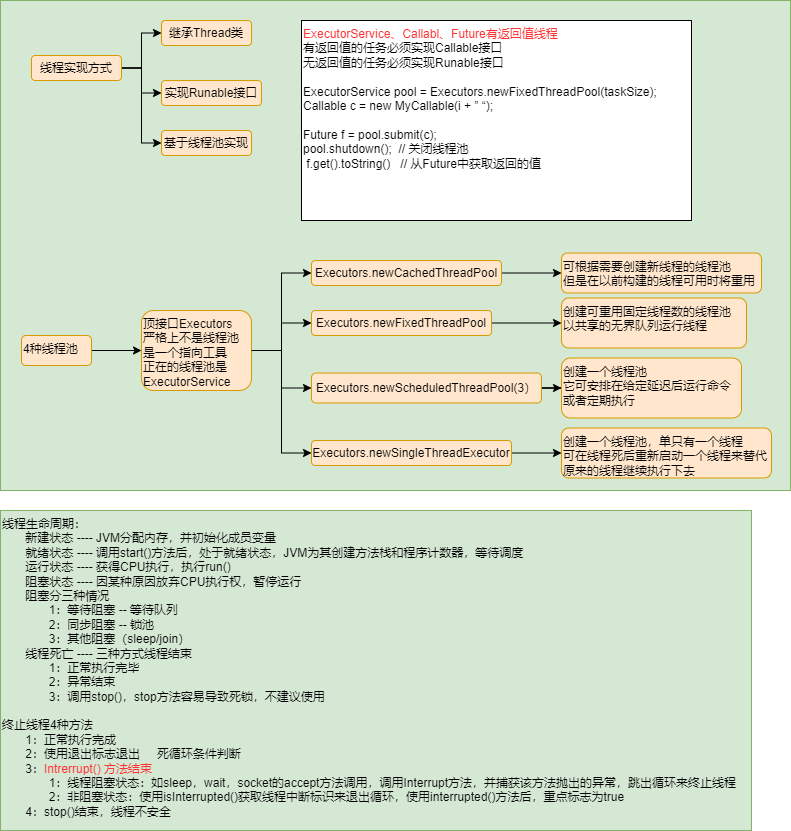
lore-study/java-picture-bed keeps this draw.io diagram as java/JUC并发编程.png. Above is the earlier version. Source tidied: cells renumbered, new cells last; positions are measured from the earlier drawing's top-left corner, leaving out a move shared by most shapes.
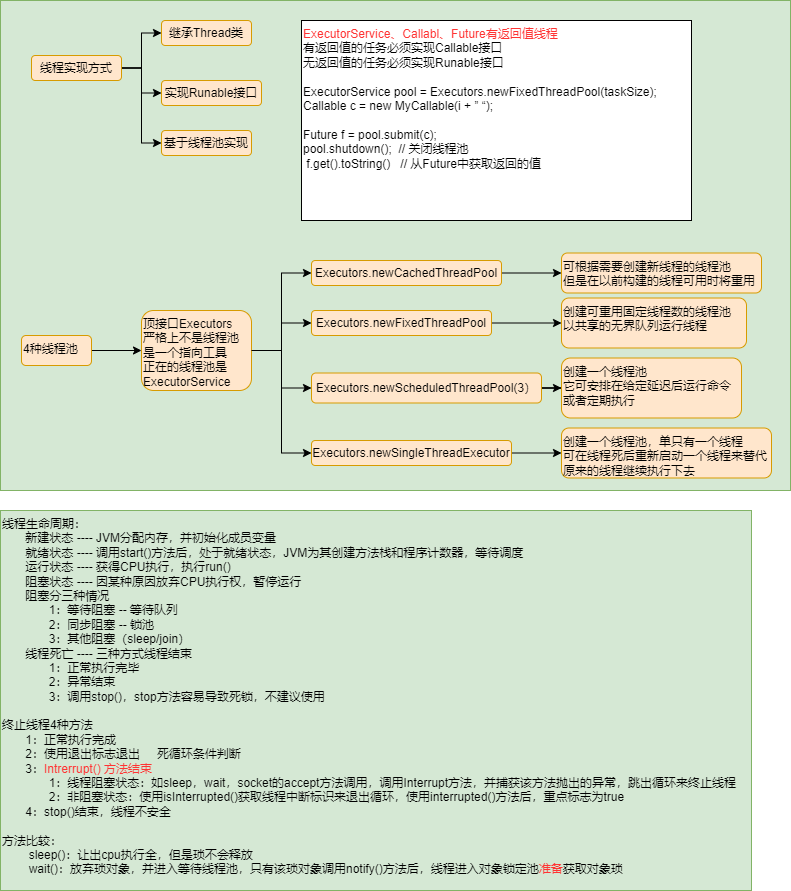
Above is the later version.

Commit message:
更新JUC并发编程.png

Diff of the diagram source:
```diff
@@ -86,8 +86,8 @@
     <mxCell id="29" value="4种线程池" style="rounded=1;whiteSpace=wrap;html=1;fillColor=#ffe6cc;strokeColor=#d79b00;align=left;verticalAlign=top;" parent="1" vertex="1">
       <mxGeometry x="21" y="335" width="70" height="30" as="geometry" />
     </mxCell>
-    <mxCell id="30" value="线程生命周期：&lt;br&gt;&lt;span&gt;&lt;/span&gt;&lt;span&gt;&lt;/span&gt;&amp;nbsp; &amp;nbsp; &amp;nbsp; &amp;nbsp;新建状态 ---- JVM分配内存，并初始化成员变量&lt;br&gt;&amp;nbsp; &amp;nbsp; &amp;nbsp; &amp;nbsp;就绪状态 ---- 调用start()方法后，处于就绪状态，JVM为其创建方法栈和程序计数器，等待调度&lt;br&gt;&amp;nbsp; &amp;nbsp; &amp;nbsp; &amp;nbsp;运行状态 ---- 获得CPU执行，执行run()&lt;br&gt;&lt;span&gt;&lt;/span&gt;&lt;span&gt;&lt;/span&gt;&amp;nbsp; &amp;nbsp; &amp;nbsp; &amp;nbsp;阻塞状态 ---- 因某种原因放弃CPU执行权，暂停运行&lt;br&gt;&lt;span&gt;&lt;/span&gt;&lt;span&gt;&lt;/span&gt;&lt;span&gt;&lt;/span&gt;&amp;nbsp; &amp;nbsp; &amp;nbsp; &amp;nbsp;阻塞分三种情况&lt;br&gt;&lt;span&gt;&lt;/span&gt;&lt;span&gt;&lt;/span&gt;&lt;span&gt;&lt;/span&gt;&lt;span&gt;&lt;span&gt;&lt;/span&gt;&lt;/span&gt;&amp;nbsp; &amp;nbsp; &amp;nbsp; &amp;nbsp;&amp;nbsp; &amp;nbsp; &amp;nbsp; &amp;nbsp;1：等待阻塞 -- 等待队列&lt;br&gt;&lt;span&gt;&lt;/span&gt;&lt;span&gt;&lt;/span&gt;&lt;span&gt;&lt;/span&gt;&lt;span&gt;&lt;span&gt;&lt;/span&gt;&lt;/span&gt;&amp;nbsp; &amp;nbsp; &amp;nbsp; &amp;nbsp;&amp;nbsp; &amp;nbsp; &amp;nbsp; &amp;nbsp;2：同步阻塞 -- 锁池&lt;br&gt;&lt;span&gt;&lt;/span&gt;&lt;span&gt;&lt;/span&gt;&lt;span&gt;&lt;/span&gt;&lt;span&gt;&lt;span&gt;&lt;/span&gt;&lt;/span&gt;&amp;nbsp; &amp;nbsp; &amp;nbsp; &amp;nbsp;&amp;nbsp; &amp;nbsp; &amp;nbsp; &amp;nbsp;3：其他阻塞（sleep/join）&lt;br&gt;&lt;span&gt;&lt;/span&gt;&lt;span&gt;&lt;/span&gt;&amp;nbsp; &amp;nbsp; &amp;nbsp; &amp;nbsp;线程死亡 ---- 三种方式线程结束&lt;br&gt;&lt;span&gt;&lt;/span&gt;&lt;span&gt;&lt;/span&gt;&lt;span&gt;&lt;span&gt;&lt;/span&gt;&lt;/span&gt;&amp;nbsp; &amp;nbsp; &amp;nbsp; &amp;nbsp; &amp;nbsp; &amp;nbsp; &amp;nbsp; 1：正常执行完毕&lt;br&gt;&lt;span&gt;&lt;/span&gt;&lt;span&gt;&lt;/span&gt;&lt;span&gt;&lt;span&gt;&lt;/span&gt;&lt;/span&gt;&amp;nbsp; &amp;nbsp; &amp;nbsp; &amp;nbsp; &amp;nbsp; &amp;nbsp; &amp;nbsp; 2：异常结束&lt;br&gt;&lt;span&gt;&lt;/span&gt;&lt;span&gt;&lt;/span&gt;&lt;span&gt;&lt;span&gt;&lt;/span&gt;&lt;/span&gt;&amp;nbsp; &amp;nbsp; &amp;nbsp; &amp;nbsp; &amp;nbsp; &amp;nbsp; &amp;nbsp; 3：调用stop()，stop方法容易导致死锁，不建议使用&lt;br&gt;&lt;br&gt;终止线程4种方法&lt;br&gt;&#9;&lt;span&gt;&lt;/span&gt;&amp;nbsp; &amp;nbsp; &amp;nbsp; &amp;nbsp;1：正常执行完成&lt;br&gt;&#9;&lt;span&gt;&lt;/span&gt;&amp;nbsp; &amp;nbsp; &amp;nbsp; &amp;nbsp;2：使用退出标志退出&amp;nbsp; &amp;nbsp; &amp;nbsp;死循环条件判断&lt;br&gt;&#9;&lt;span&gt;&lt;/span&gt;&amp;nbsp; &amp;nbsp; &amp;nbsp; &amp;nbsp;3：&lt;font color=&quot;#ff3333&quot;&gt;Intrerrupt() 方法结束&lt;/font&gt;&lt;br&gt;&#9;&#9;&lt;span&gt;&lt;/span&gt;&lt;span&gt;&lt;/span&gt;&amp;nbsp; &amp;nbsp; &amp;nbsp; &amp;nbsp;&amp;nbsp; &amp;nbsp; &amp;nbsp; &amp;nbsp;1：线程阻塞状态：如sleep，wait，socket的accept方法调用，调用Interrupt方法，并捕获该方法抛出的异常，跳出循环来终止线程&lt;br&gt;&#9;&#9;&lt;span&gt;&lt;/span&gt;&lt;span&gt;&lt;/span&gt;&amp;nbsp; &amp;nbsp; &amp;nbsp; &amp;nbsp;&amp;nbsp; &amp;nbsp; &amp;nbsp; &amp;nbsp;2：非阻塞状态：使用isInterrupted()获取线程中断标识来退出循环，使用interrupted()方法后，重点标志为true&lt;br&gt;&#9;&lt;span&gt;&lt;/span&gt;&amp;nbsp; &amp;nbsp; &amp;nbsp; &amp;nbsp;4：stop()结束，线程不安全" style="rounded=0;whiteSpace=wrap;html=1;align=left;verticalAlign=top;fillColor=#d5e8d4;strokeColor=#82b366;" parent="1" vertex="1">
-      <mxGeometry y="510" width="751" height="320" as="geometry" />
+    <mxCell id="30" value="线程生命周期：&lt;br&gt;&lt;span&gt;&lt;/span&gt;&lt;span&gt;&lt;/span&gt;&amp;nbsp; &amp;nbsp; &amp;nbsp; &amp;nbsp;新建状态 ---- JVM分配内存，并初始化成员变量&lt;br&gt;&amp;nbsp; &amp;nbsp; &amp;nbsp; &amp;nbsp;就绪状态 ---- 调用start()方法后，处于就绪状态，JVM为其创建方法栈和程序计数器，等待调度&lt;br&gt;&amp;nbsp; &amp;nbsp; &amp;nbsp; &amp;nbsp;运行状态 ---- 获得CPU执行，执行run()&lt;br&gt;&lt;span&gt;&lt;/span&gt;&lt;span&gt;&lt;/span&gt;&amp;nbsp; &amp;nbsp; &amp;nbsp; &amp;nbsp;阻塞状态 ---- 因某种原因放弃CPU执行权，暂停运行&lt;br&gt;&lt;span&gt;&lt;/span&gt;&lt;span&gt;&lt;/span&gt;&lt;span&gt;&lt;/span&gt;&amp;nbsp; &amp;nbsp; &amp;nbsp; &amp;nbsp;阻塞分三种情况&lt;br&gt;&lt;span&gt;&lt;/span&gt;&lt;span&gt;&lt;/span&gt;&lt;span&gt;&lt;/span&gt;&lt;span&gt;&lt;span&gt;&lt;/span&gt;&lt;/span&gt;&amp;nbsp; &amp;nbsp; &amp;nbsp; &amp;nbsp;&amp;nbsp; &amp;nbsp; &amp;nbsp; &amp;nbsp;1：等待阻塞 -- 等待队列&lt;br&gt;&lt;span&gt;&lt;/span&gt;&lt;span&gt;&lt;/span&gt;&lt;span&gt;&lt;/span&gt;&lt;span&gt;&lt;span&gt;&lt;/span&gt;&lt;/span&gt;&amp;nbsp; &amp;nbsp; &amp;nbsp; &amp;nbsp;&amp;nbsp; &amp;nbsp; &amp;nbsp; &amp;nbsp;2：同步阻塞 -- 锁池&lt;br&gt;&lt;span&gt;&lt;/span&gt;&lt;span&gt;&lt;/span&gt;&lt;span&gt;&lt;/span&gt;&lt;span&gt;&lt;span&gt;&lt;/span&gt;&lt;/span&gt;&amp;nbsp; &amp;nbsp; &amp;nbsp; &amp;nbsp;&amp;nbsp; &amp;nbsp; &amp;nbsp; &amp;nbsp;3：其他阻塞（sleep/join）&lt;br&gt;&lt;span&gt;&lt;/span&gt;&lt;span&gt;&lt;/span&gt;&amp;nbsp; &amp;nbsp; &amp;nbsp; &amp;nbsp;线程死亡 ---- 三种方式线程结束&lt;br&gt;&lt;span&gt;&lt;/span&gt;&lt;span&gt;&lt;/span&gt;&lt;span&gt;&lt;span&gt;&lt;/span&gt;&lt;/span&gt;&amp;nbsp; &amp;nbsp; &amp;nbsp; &amp;nbsp; &amp;nbsp; &amp;nbsp; &amp;nbsp; 1：正常执行完毕&lt;br&gt;&lt;span&gt;&lt;/span&gt;&lt;span&gt;&lt;/span&gt;&lt;span&gt;&lt;span&gt;&lt;/span&gt;&lt;/span&gt;&amp;nbsp; &amp;nbsp; &amp;nbsp; &amp;nbsp; &amp;nbsp; &amp;nbsp; &amp;nbsp; 2：异常结束&lt;br&gt;&lt;span&gt;&lt;/span&gt;&lt;span&gt;&lt;/span&gt;&lt;span&gt;&lt;span&gt;&lt;/span&gt;&lt;/span&gt;&amp;nbsp; &amp;nbsp; &amp;nbsp; &amp;nbsp; &amp;nbsp; &amp;nbsp; &amp;nbsp; 3：调用stop()，stop方法容易导致死锁，不建议使用&lt;br&gt;&lt;br&gt;终止线程4种方法&lt;br&gt;&#9;&lt;span&gt;&lt;/span&gt;&amp;nbsp; &amp;nbsp; &amp;nbsp; &amp;nbsp;1：正常执行完成&lt;br&gt;&#9;&lt;span&gt;&lt;/span&gt;&amp;nbsp; &amp;nbsp; &amp;nbsp; &amp;nbsp;2：使用退出标志退出&amp;nbsp; &amp;nbsp; &amp;nbsp;死循环条件判断&lt;br&gt;&#9;&lt;span&gt;&lt;/span&gt;&amp;nbsp; &amp;nbsp; &amp;nbsp; &amp;nbsp;3：&lt;font color=&quot;#ff3333&quot;&gt;Intrerrupt() 方法结束&lt;/font&gt;&lt;br&gt;&#9;&#9;&lt;span&gt;&lt;/span&gt;&lt;span&gt;&lt;/span&gt;&amp;nbsp; &amp;nbsp; &amp;nbsp; &amp;nbsp;&amp;nbsp; &amp;nbsp; &amp;nbsp; &amp;nbsp;1：线程阻塞状态：如sleep，wait，socket的accept方法调用，调用Interrupt方法，并捕获该方法抛出的异常，跳出循环来终止线程&lt;br&gt;&#9;&#9;&lt;span&gt;&lt;/span&gt;&lt;span&gt;&lt;/span&gt;&amp;nbsp; &amp;nbsp; &amp;nbsp; &amp;nbsp;&amp;nbsp; &amp;nbsp; &amp;nbsp; &amp;nbsp;2：非阻塞状态：使用isInterrupted()获取线程中断标识来退出循环，使用interrupted()方法后，重点标志为true&lt;br&gt;&#9;&lt;span&gt;&lt;/span&gt;&amp;nbsp; &amp;nbsp; &amp;nbsp; &amp;nbsp;4：stop()结束，线程不安全&lt;br&gt;&lt;br&gt;方法比较：&lt;br&gt;&lt;span style=&quot;white-space: pre&quot;&gt;&#9;&lt;/span&gt;sleep()：让出cpu执行全，但是琐不会释放&lt;br&gt;&lt;span style=&quot;white-space: pre&quot;&gt;&#9;&lt;/span&gt;wait()：放弃琐对象，并进入等待线程池，只有该琐对象调用notify()方法后，线程进入对象锁定池&lt;font color=&quot;#ff3333&quot;&gt;准备&lt;/font&gt;获取对象琐" style="rounded=0;whiteSpace=wrap;html=1;align=left;verticalAlign=top;fillColor=#d5e8d4;strokeColor=#82b366;" parent="1" vertex="1">
+      <mxGeometry y="510" width="751" height="380" as="geometry" />
     </mxCell>
   </root>
 </mxGraphModel>
```
